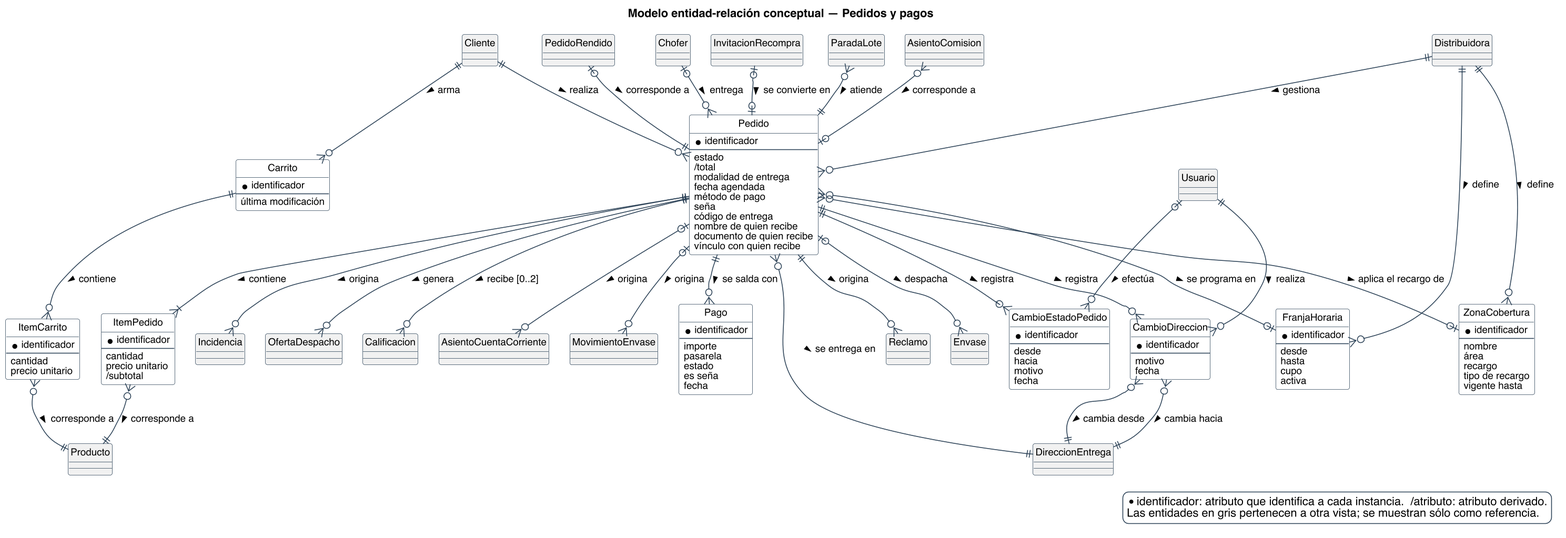
Nahuelito-Dev/splg-docs keeps this PlantUML diagram as diagramas/base-de-datos/conceptual/SPLG-der-02-pedidos-y-pagos.png. Above is the earlier version.
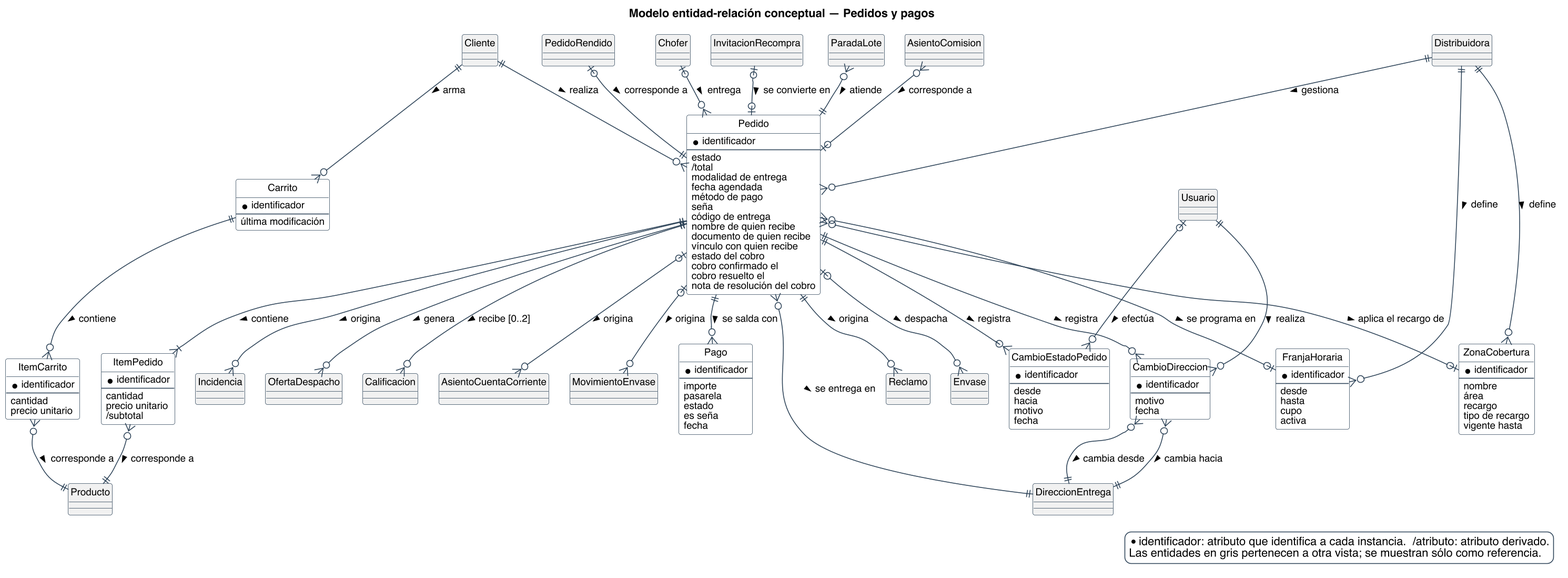
The same file after the commit.

Diff of the diagram source:
```diff
@@ -45,6 +45,10 @@
   {field} nombre de quien recibe
   {field} documento de quien recibe
   {field} vínculo con quien recibe
+  {field} estado del cobro
+  {field} cobro confirmado el
+  {field} cobro resuelto el
+  {field} nota de resolución del cobro
 }
 entity ItemPedido {
   * identificador
```
